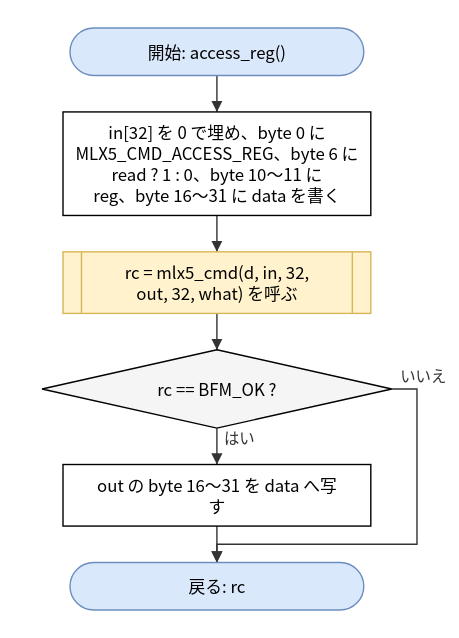
This is doc/spec/images/flow_src_mlx5_hca-access_reg.drawio.svg from hf355051012-ai/bfmem, a draw.io export, as it was before one commit. Source tidied: cells renumbered, new cells last; positions are measured from the earlier drawing's top-left corner, leaving out a move shared by most shapes.
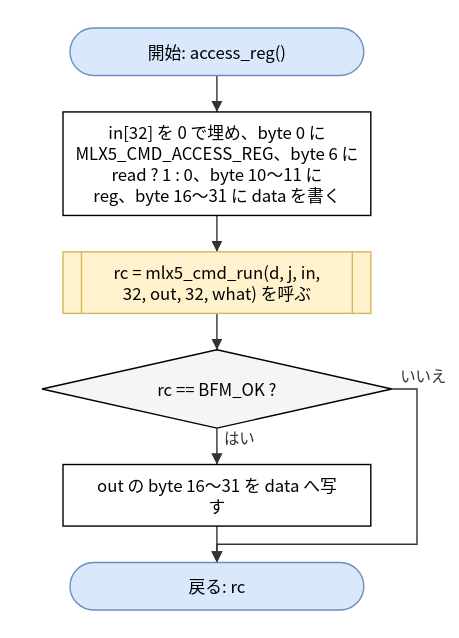
After the change.

What changed in the source:
```diff
@@ -8,7 +8,7 @@
     <mxCell id="3" value="in[32] を 0 で埋め、byte 0 に&lt;br&gt;MLX5_CMD_ACCESS_REG、byte 6 に&lt;br&gt;read ? 1 : 0、byte 10〜11 に&lt;br&gt;reg、byte 16〜31 に data を書く" style="rounded=0;whiteSpace=wrap;html=1;" parent="1" vertex="1">
       <mxGeometry x="15" y="60" width="220" height="74" as="geometry" />
     </mxCell>
-    <mxCell id="4" value="rc = mlx5_cmd(d, in, 32,&lt;br&gt;out, 32, what) を呼ぶ" style="shape=process;whiteSpace=wrap;html=1;backgroundOutline=1;size=0.06;fillColor=#fff2cc;strokeColor=#d6b656;" parent="1" vertex="1">
+    <mxCell id="4" value="rc = mlx5_cmd_run(d, j, in,&lt;br&gt;32, out, 32, what) を呼ぶ" style="shape=process;whiteSpace=wrap;html=1;backgroundOutline=1;size=0.06;fillColor=#fff2cc;strokeColor=#d6b656;" parent="1" vertex="1">
       <mxGeometry x="15" y="160" width="220" height="44" as="geometry" />
     </mxCell>
     <mxCell id="5" value="rc == BFM_OK ?" style="rhombus;whiteSpace=wrap;html=1;fillColor=#f5f5f5;" parent="1" vertex="1">
```
